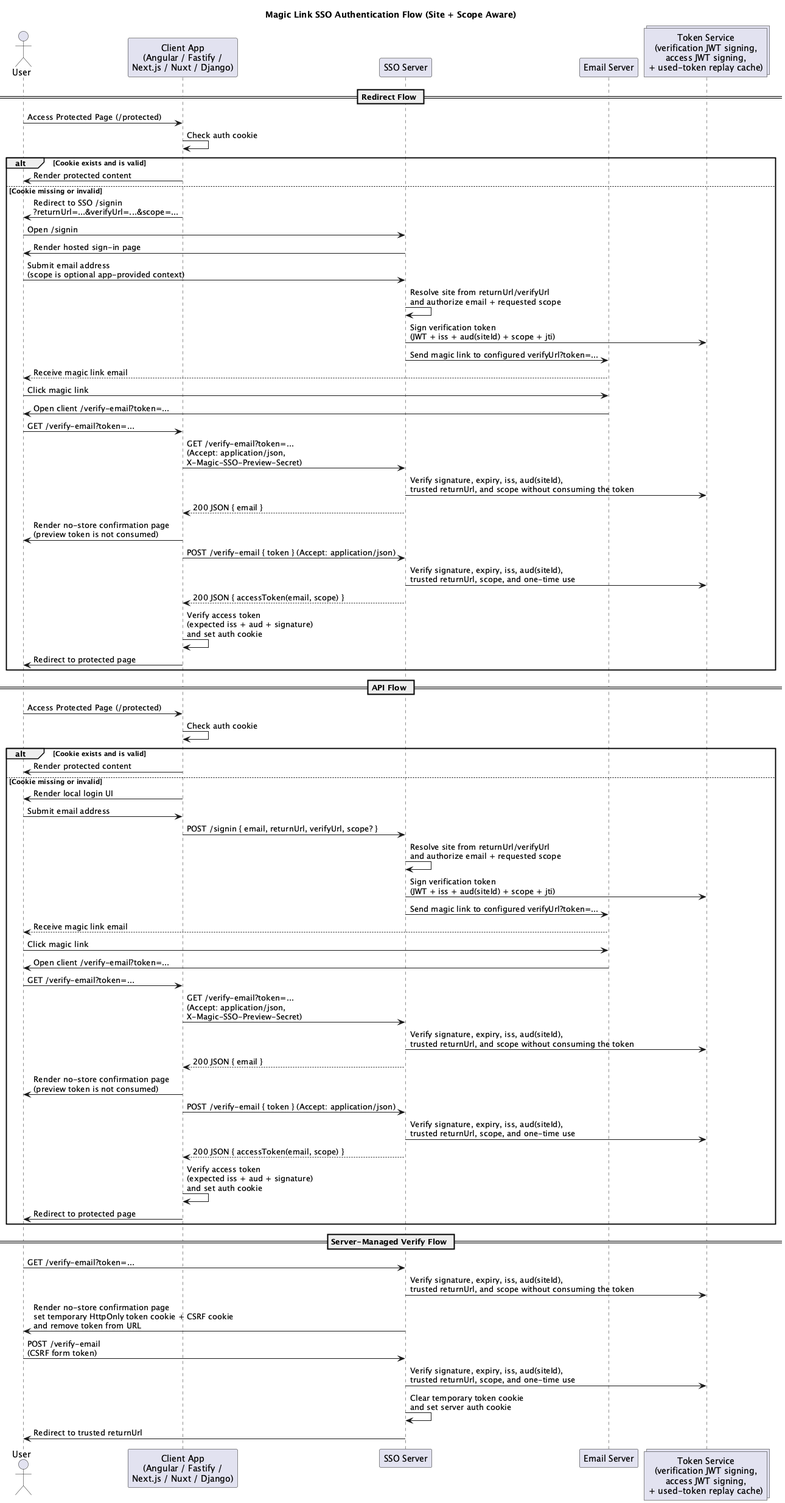
Before: docs/MagicLinkSSO_Flow_light.png, a diagram exported from PlantUML (magic-link-sso/magic-sso). Its diagram source:
```plantuml
@startuml MagicLinkSSO-Flow

title Magic Link SSO Authentication Flow (Site + Scope Aware)

actor User
participant "Client App\n(Angular / Fastify /\nNext.js / Nuxt / Django)" as Client
participant "SSO Server" as SSO
participant "Email Server" as Email
collections "Token Service\n(verification JWT signing,\naccess JWT signing,\n+ used-token replay cache)" as TokenService

== Redirect Flow ==

User -> Client: Access Protected Page (/protected)
Client -> Client: Check auth cookie
alt Cookie exists and is valid
    Client -> User: Render protected content
else Cookie missing or invalid
    Client -> User: Redirect to SSO /signin\n?returnUrl=...&verifyUrl=...&scope=...
    User -> SSO: Open /signin
    SSO -> User: Render hosted sign-in page
    User -> SSO: Submit email address\n(scope is optional app-provided context)
    SSO -> SSO: Resolve site from returnUrl/verifyUrl\nand authorize email + requested scope
    SSO -> TokenService: Sign verification token\n(JWT + iss + aud(siteId) + scope + jti)
    SSO -> Email: Send magic link to configured verifyUrl?token=...
    Email --> User: Receive magic link email

    User -> Email: Click magic link
    Email -> User: Open client /verify-email?token=...
    User -> Client: GET /verify-email?token=...
    Client -> SSO: GET /verify-email?token=...\n(Accept: application/json,\nX-Magic-SSO-Preview-Secret)
    SSO -> TokenService: Verify signature, expiry, iss, aud(siteId),\ntrusted returnUrl, and scope without consuming the token
    SSO --> Client: 200 JSON { email }
    Client -> User: Render no-store confirmation page\n(preview token is not consumed)
    Client -> SSO: POST /verify-email { token } (Accept: application/json)
    SSO -> TokenService: Verify signature, expiry, iss, aud(siteId),\ntrusted returnUrl, scope, and one-time use
    SSO --> Client: 200 JSON { accessToken(email, scope) }
    Client -> Client: Verify access token\n(expected iss + aud + signature)\nand set auth cookie
    Client -> User: Redirect to protected page
end

== API Flow ==

User -> Client: Access Protected Page (/protected)
Client -> Client: Check auth cookie
alt Cookie exists and is valid
    Client -> User: Render protected content
else Cookie missing or invalid
    Client -> User: Render local login UI
    User -> Client: Submit email address
    Client -> SSO: POST /signin { email, returnUrl, verifyUrl, scope? }
    SSO -> SSO: Resolve site from returnUrl/verifyUrl\nand authorize email + requested scope
    SSO -> TokenService: Sign verification token\n(JWT + iss + aud(siteId) + scope + jti)
    SSO -> Email: Send magic link to configured verifyUrl?token=...
    Email --> User: Receive magic link email

    User -> Email: Click magic link
    Email -> User: Open client /verify-email?token=...
    User -> Client: GET /verify-email?token=...
    Client -> SSO: GET /verify-email?token=...\n(Accept: application/json,\nX-Magic-SSO-Preview-Secret)
    SSO -> TokenService: Verify signature, expiry, iss, aud(siteId),\ntrusted returnUrl, and scope without consuming the token
    SSO --> Client: 200 JSON { email }
    Client -> User: Render no-store confirmation page\n(preview token is not consumed)
    Client -> SSO: POST /verify-email { token } (Accept: application/json)
    SSO -> TokenService: Verify signature, expiry, iss, aud(siteId),\ntrusted returnUrl, scope, and one-time use
    SSO --> Client: 200 JSON { accessToken(email, scope) }
    Client -> Client: Verify access token\n(expected iss + aud + signature)\nand set auth cookie
    Client -> User: Redirect to protected page
end

== Server-Managed Verify Flow ==

User -> SSO: GET /verify-email?token=...
SSO -> TokenService: Verify signature, expiry, iss, aud(siteId),\ntrusted returnUrl, and scope without consuming the token
SSO -> User: Render no-store confirmation page\nset temporary HttpOnly token cookie + CSRF cookie\nand remove token from URL
User -> SSO: POST /verify-email\n(CSRF form token)
SSO -> TokenService: Verify signature, expiry, iss, aud(siteId),\ntrusted returnUrl, scope, and one-time use
SSO -> SSO: Clear temporary token cookie\nand set server auth cookie
SSO -> User: Redirect to trusted returnUrl

@enduml
```
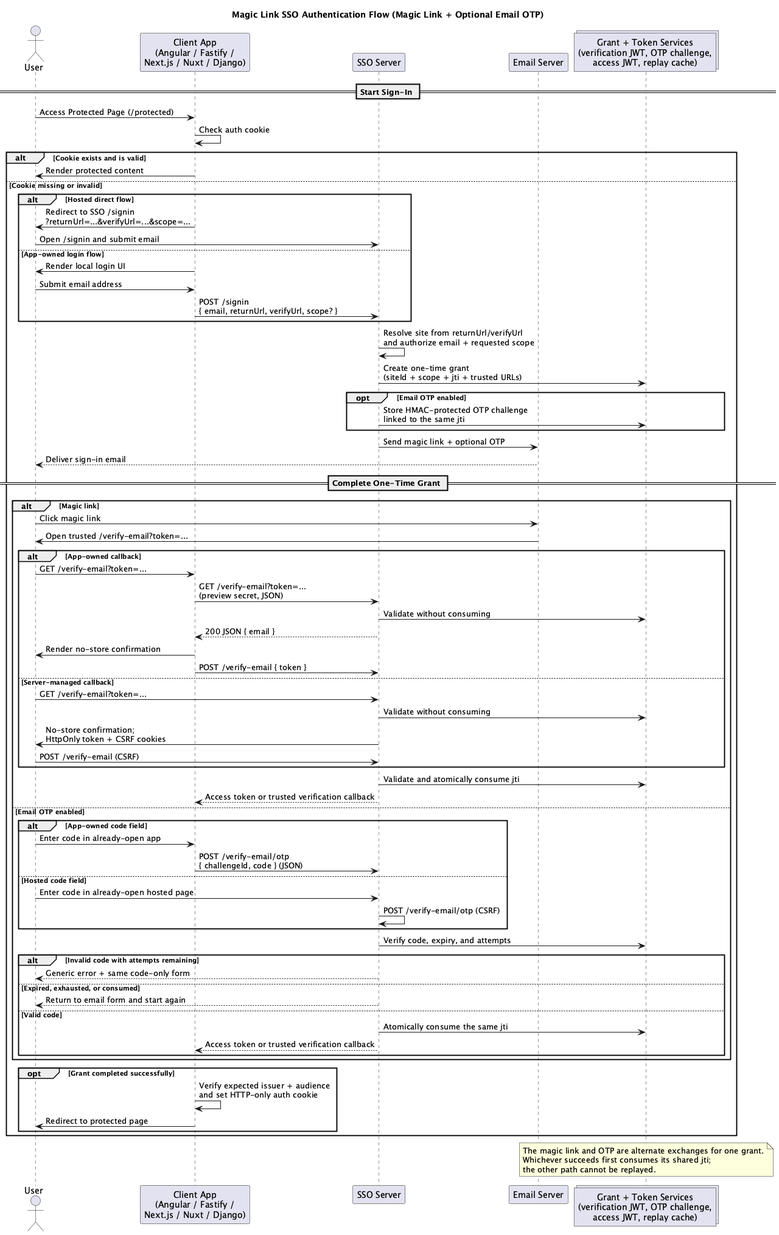
Above is the later version.

Diff of the diagram source:
```diff
@@ -1,80 +1,85 @@
 @startuml MagicLinkSSO-Flow
 
-title Magic Link SSO Authentication Flow (Site + Scope Aware)
+title Magic Link SSO Authentication Flow (Magic Link + Optional Email OTP)
 
 actor User
 participant "Client App\n(Angular / Fastify /\nNext.js / Nuxt / Django)" as Client
 participant "SSO Server" as SSO
 participant "Email Server" as Email
-collections "Token Service\n(verification JWT signing,\naccess JWT signing,\n+ used-token replay cache)" as TokenService
+collections "Grant + Token Services\n(verification JWT, OTP challenge,\naccess JWT, replay cache)" as GrantService
 
-== Redirect Flow ==
+== Start Sign-In ==
 
 User -> Client: Access Protected Page (/protected)
 Client -> Client: Check auth cookie
 alt Cookie exists and is valid
     Client -> User: Render protected content
 else Cookie missing or invalid
-    Client -> User: Redirect to SSO /signin\n?returnUrl=...&verifyUrl=...&scope=...
-    User -> SSO: Open /signin
-    SSO -> User: Render hosted sign-in page
-    User -> SSO: Submit email address\n(scope is optional app-provided context)
+    alt Hosted direct flow
+        Client -> User: Redirect to SSO /signin\n?returnUrl=...&verifyUrl=...&scope=...
+        User -> SSO: Open /signin and submit email
+    else App-owned login flow
+        Client -> User: Render local login UI
+        User -> Client: Submit email address
+        Client -> SSO: POST /signin\n{ email, returnUrl, verifyUrl, scope? }
+    end
     SSO -> SSO: Resolve site from returnUrl/verifyUrl\nand authorize email + requested scope
-    SSO -> TokenService: Sign verification token\n(JWT + iss + aud(siteId) + scope + jti)
-    SSO -> Email: Send magic link to configured verifyUrl?token=...
-    Email --> User: Receive magic link email
+    SSO -> GrantService: Create one-time grant\n(siteId + scope + jti + trusted URLs)
+    opt Email OTP enabled
+        SSO -> GrantService: Store HMAC-protected OTP challenge\nlinked to the same jti
+    end
+    SSO -> Email: Send magic link + optional OTP
+    Email --> User: Deliver sign-in email
 
-    User -> Email: Click magic link
-    Email -> User: Open client /verify-email?token=...
-    User -> Client: GET /verify-email?token=...
-    Client -> SSO: GET /verify-email?token=...\n(Accept: application/json,\nX-Magic-SSO-Preview-Secret)
-    SSO -> TokenService: Verify signature, expiry, iss, aud(siteId),\ntrusted returnUrl, and scope without consuming the token
-    SSO --> Client: 200 JSON { email }
-    Client -> User: Render no-store confirmation page\n(preview token is not consumed)
-    Client -> SSO: POST /verify-email { token } (Accept: application/json)
-    SSO -> TokenService: Verify signature, expiry, iss, aud(siteId),\ntrusted returnUrl, scope, and one-time use
-    SSO --> Client: 200 JSON { accessToken(email, scope) }
-    Client -> Client: Verify access token\n(expected iss + aud + signature)\nand set auth cookie
-    Client -> User: Redirect to protected page
+    == Complete One-Time Grant ==
+
+    alt Magic link
+        User -> Email: Click magic link
+        Email -> User: Open trusted /verify-email?token=...
+        alt App-owned callback
+            User -> Client: GET /verify-email?token=...
+            Client -> SSO: GET /verify-email?token=...\n(preview secret, JSON)
+            SSO -> GrantService: Validate without consuming
+            SSO --> Client: 200 JSON { email }
+            Client -> User: Render no-store confirmation
+            Client -> SSO: POST /verify-email { token }
+        else Server-managed callback
+            User -> SSO: GET /verify-email?token=...
+            SSO -> GrantService: Validate without consuming
+            SSO -> User: No-store confirmation;\nHttpOnly token + CSRF cookies
+            User -> SSO: POST /verify-email (CSRF)
+        end
+        SSO -> GrantService: Validate and atomically consume jti
+        SSO --> Client: Access token or trusted verification callback
+    else Email OTP enabled
+        alt App-owned code field
+            User -> Client: Enter code in already-open app
+            Client -> SSO: POST /verify-email/otp\n{ challengeId, code } (JSON)
+        else Hosted code field
+            User -> SSO: Enter code in already-open hosted page
+            SSO -> SSO: POST /verify-email/otp (CSRF)
+        end
+        SSO -> GrantService: Verify code, expiry, and attempts
+        alt Invalid code with attempts remaining
+            SSO --> User: Generic error + same code-only form
+        else Expired, exhausted, or consumed
+            SSO --> User: Return to email form and start again
+        else Valid code
+            SSO -> GrantService: Atomically consume the same jti
+            SSO --> Client: Access token or trusted verification callback
+        end
+    end
+
+    opt Grant completed successfully
+        Client -> Client: Verify expected issuer + audience\nand set HTTP-only auth cookie
+        Client -> User: Redirect to protected page
+    end
 end
 
-== API Flow ==
-
-User -> Client: Access Protected Page (/protected)
-Client -> Client: Check auth cookie
-alt Cookie exists and is valid
-    Client -> User: Render protected content
-else Cookie missing or invalid
-    Client -> User: Render local login UI
-    User -> Client: Submit email address
-    Client -> SSO: POST /signin { email, returnUrl, verifyUrl, scope? }
-    SSO -> SSO: Resolve site from returnUrl/verifyUrl\nand authorize email + requested scope
-    SSO -> TokenService: Sign verification token\n(JWT + iss + aud(siteId) + scope + jti)
-    SSO -> Email: Send magic link to configured verifyUrl?token=...
-    Email --> User: Receive magic link email
-
-    User -> Email: Click magic link
-    Email -> User: Open client /verify-email?token=...
-    User -> Client: GET /verify-email?token=...
-    Client -> SSO: GET /verify-email?token=...\n(Accept: application/json,\nX-Magic-SSO-Preview-Secret)
-    SSO -> TokenService: Verify signature, expiry, iss, aud(siteId),\ntrusted returnUrl, and scope without consuming the token
-    SSO --> Client: 200 JSON { email }
-    Client -> User: Render no-store confirmation page\n(preview token is not consumed)
-    Client -> SSO: POST /verify-email { token } (Accept: application/json)
-    SSO -> TokenService: Verify signature, expiry, iss, aud(siteId),\ntrusted returnUrl, scope, and one-time use
-    SSO --> Client: 200 JSON { accessToken(email, scope) }
-    Client -> Client: Verify access token\n(expected iss + aud + signature)\nand set auth cookie
-    Client -> User: Redirect to protected page
-end
-
-== Server-Managed Verify Flow ==
-
-User -> SSO: GET /verify-email?token=...
-SSO -> TokenService: Verify signature, expiry, iss, aud(siteId),\ntrusted returnUrl, and scope without consuming the token
-SSO -> User: Render no-store confirmation page\nset temporary HttpOnly token cookie + CSRF cookie\nand remove token from URL
-User -> SSO: POST /verify-email\n(CSRF form token)
-SSO -> TokenService: Verify signature, expiry, iss, aud(siteId),\ntrusted returnUrl, scope, and one-time use
-SSO -> SSO: Clear temporary token cookie\nand set server auth cookie
-SSO -> User: Redirect to trusted returnUrl
+note over GrantService
+The magic link and OTP are alternate exchanges for one grant.
+Whichever succeeds first consumes its shared jti;
+the other path cannot be replayed.
+end note
 
 @enduml
```
